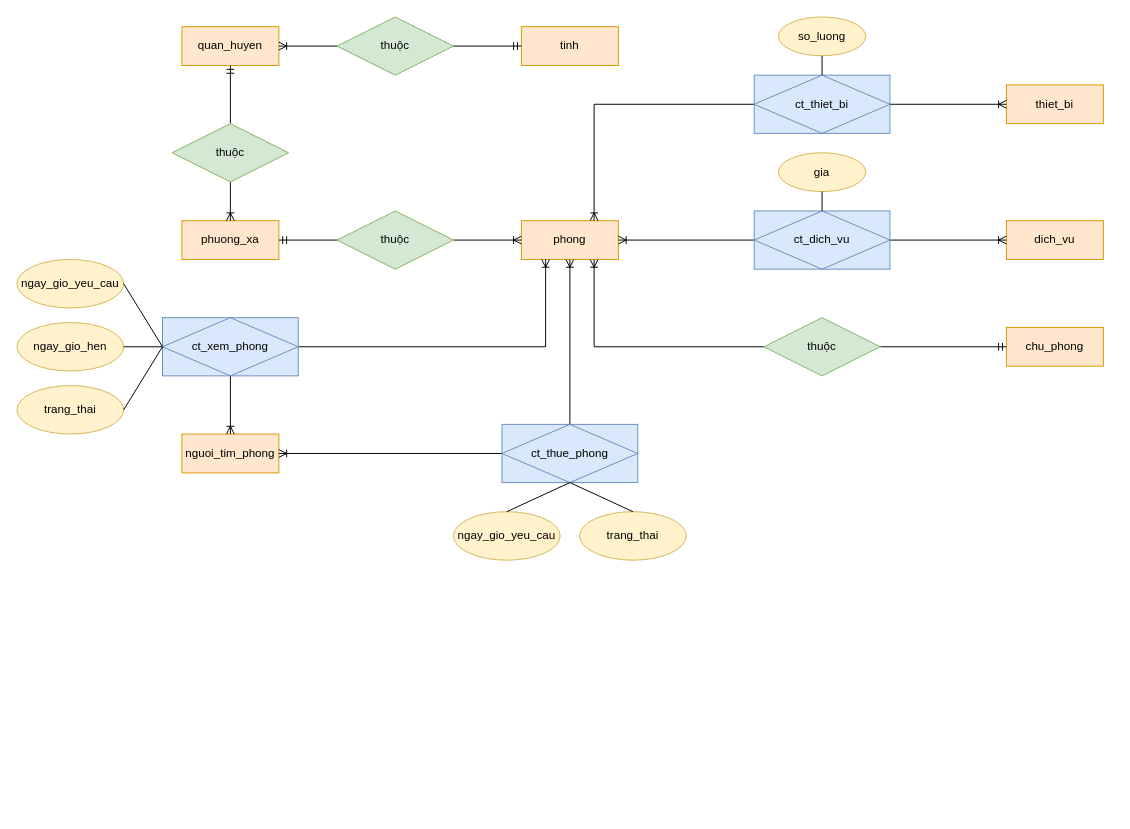
Above: diagram.drawio in khanghy1000/seed-db-thue-phong-tro (draw.io), before the change. Source tidied: cells renumbered, new cells numbered last; positions are measured from the earlier drawing's top-left corner, leaving out a move shared by most shapes. Both pictures are drawn from the tidied source at 97%, with x=0, y=0 at pixel (16, 16).
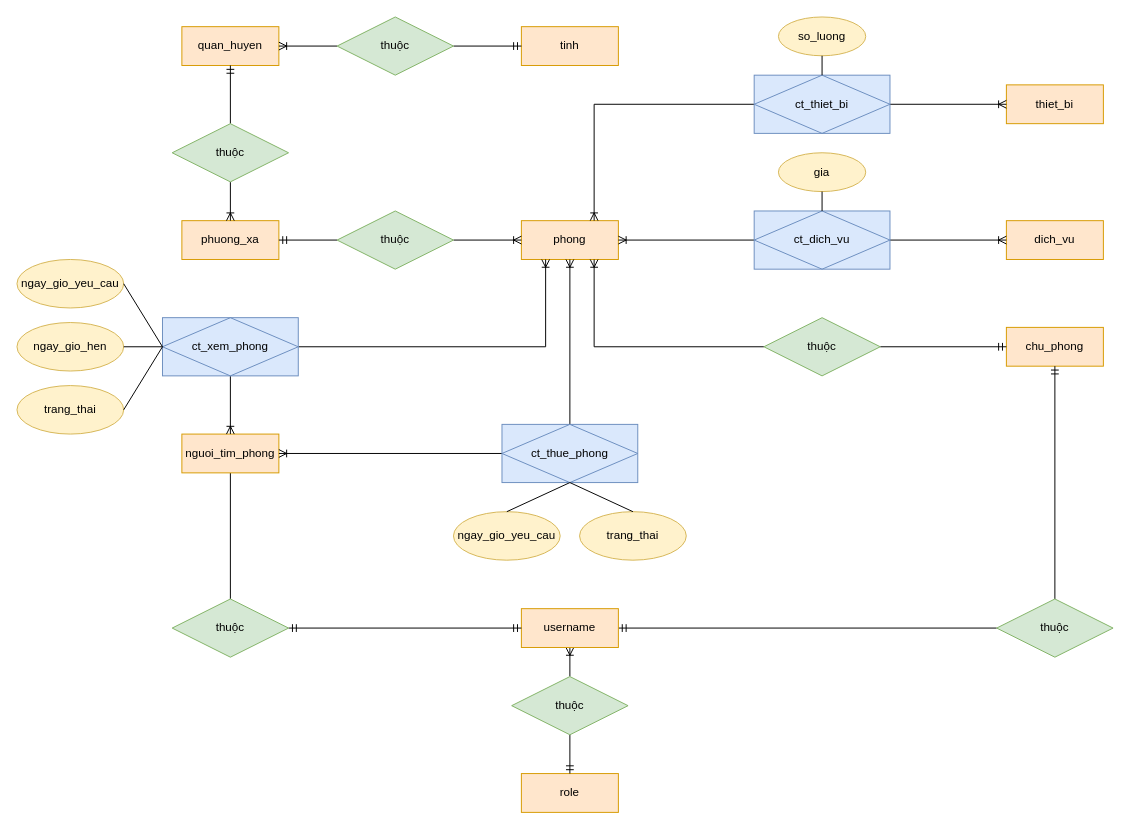
The same page after the edit.

Commit message (it also covers changes not shown here):
Update description and diagram

Unchanged cells that the change refers to:
```xml
<mxCell id="3" value="chu_phong" style="whiteSpace=wrap;html=1;align=center;fillColor=#ffe6cc;strokeColor=#d79b00;" parent="1" vertex="1">
  <mxGeometry x="1020" y="320" width="100" height="40" as="geometry" />
</mxCell>
<mxCell id="9" value="nguoi_tim_phong" style="whiteSpace=wrap;html=1;align=center;fillColor=#ffe6cc;strokeColor=#d79b00;" parent="1" vertex="1">
  <mxGeometry x="170" y="430" width="100" height="40" as="geometry" />
</mxCell>
```

Change to the diagram source:
```diff
@@
+    <mxCell id="50" style="edgeStyle=orthogonalEdgeStyle;rounded=0;jettySize=auto;html=1;exitX=0.5;exitY=1;exitDx=0;exitDy=0;endArrow=none;endFill=0;" parent="1" edge="1" source="9" target="58">
+      <mxGeometry relative="1" as="geometry" />
+    </mxCell>
@@
+    <mxCell id="51" style="edgeStyle=orthogonalEdgeStyle;rounded=0;jettySize=auto;html=1;exitX=0.5;exitY=1;exitDx=0;exitDy=0;entryX=0.5;entryY=0;entryDx=0;entryDy=0;endArrow=none;endFill=0;startArrow=ERoneToMany;startFill=0;" parent="1" edge="1" source="53" target="56">
+      <mxGeometry relative="1" as="geometry" />
+    </mxCell>
+    <mxCell id="52" style="edgeStyle=orthogonalEdgeStyle;rounded=0;jettySize=auto;html=1;exitX=1;exitY=0.5;exitDx=0;exitDy=0;entryX=0;entryY=0.5;entryDx=0;entryDy=0;endArrow=none;endFill=0;startArrow=ERmandOne;startFill=0;" parent="1" edge="1" source="53" target="60">
+      <mxGeometry relative="1" as="geometry" />
+    </mxCell>
+    <mxCell id="53" value="username" style="whiteSpace=wrap;html=1;align=center;fillColor=#ffe6cc;strokeColor=#d79b00;" parent="1" vertex="1">
+      <mxGeometry x="520" y="610" width="100" height="40" as="geometry" />
+    </mxCell>
+    <mxCell id="54" value="role&lt;br&gt;" style="whiteSpace=wrap;html=1;align=center;fillColor=#ffe6cc;strokeColor=#d79b00;" parent="1" vertex="1">
+      <mxGeometry x="520" y="780" width="100" height="40" as="geometry" />
+    </mxCell>
+    <mxCell id="55" style="edgeStyle=orthogonalEdgeStyle;rounded=0;jettySize=auto;html=1;exitX=0.5;exitY=1;exitDx=0;exitDy=0;entryX=0.5;entryY=0;entryDx=0;entryDy=0;endArrow=ERmandOne;endFill=0;" parent="1" edge="1" source="56" target="54">
+      <mxGeometry relative="1" as="geometry" />
+    </mxCell>
+    <mxCell id="56" value="thuộc&lt;br&gt;" style="shape=rhombus;perimeter=rhombusPerimeter;whiteSpace=wrap;html=1;align=center;fillColor=#d5e8d4;strokeColor=#82b366;" parent="1" vertex="1">
+      <mxGeometry x="510" y="680" width="120" height="60" as="geometry" />
+    </mxCell>
+    <mxCell id="57" style="edgeStyle=orthogonalEdgeStyle;rounded=0;jettySize=auto;html=1;exitX=1;exitY=0.5;exitDx=0;exitDy=0;entryX=0;entryY=0.5;entryDx=0;entryDy=0;startArrow=ERmandOne;startFill=0;endArrow=ERmandOne;endFill=0;" parent="1" edge="1" source="58" target="53">
+      <mxGeometry relative="1" as="geometry" />
+    </mxCell>
+    <mxCell id="58" value="thuộc&lt;br&gt;" style="shape=rhombus;perimeter=rhombusPerimeter;whiteSpace=wrap;html=1;align=center;fillColor=#d5e8d4;strokeColor=#82b366;" parent="1" vertex="1">
+      <mxGeometry x="160" y="600" width="120" height="60" as="geometry" />
+    </mxCell>
+    <mxCell id="59" style="edgeStyle=orthogonalEdgeStyle;rounded=0;jettySize=auto;html=1;exitX=0.5;exitY=0;exitDx=0;exitDy=0;entryX=0.5;entryY=1;entryDx=0;entryDy=0;endArrow=ERmandOne;endFill=0;" parent="1" edge="1" source="60" target="3">
+      <mxGeometry relative="1" as="geometry" />
+    </mxCell>
+    <mxCell id="60" value="thuộc&lt;br&gt;" style="shape=rhombus;perimeter=rhombusPerimeter;whiteSpace=wrap;html=1;align=center;fillColor=#d5e8d4;strokeColor=#82b366;" parent="1" vertex="1">
+      <mxGeometry x="1010" y="600" width="120" height="60" as="geometry" />
+    </mxCell>
```
